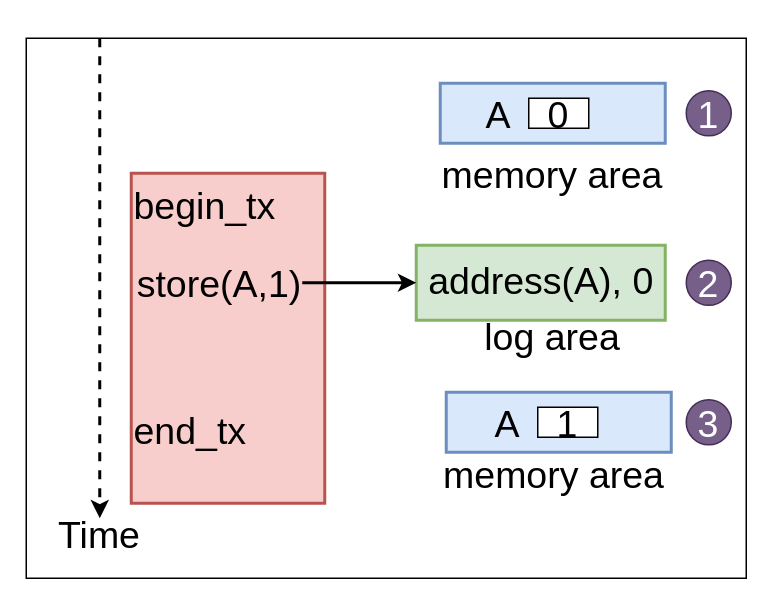
This is undo_1.drawio from arunkp1986/CAR3S, a draw.io file, before an edit. Source tidied: cells renumbered, new cells numbered last; positions are measured from the earlier drawing's top-left corner, leaving out a move shared by most shapes. Both pictures are drawn from the tidied source at 150%, with x=0, y=0 at pixel (26, 38).
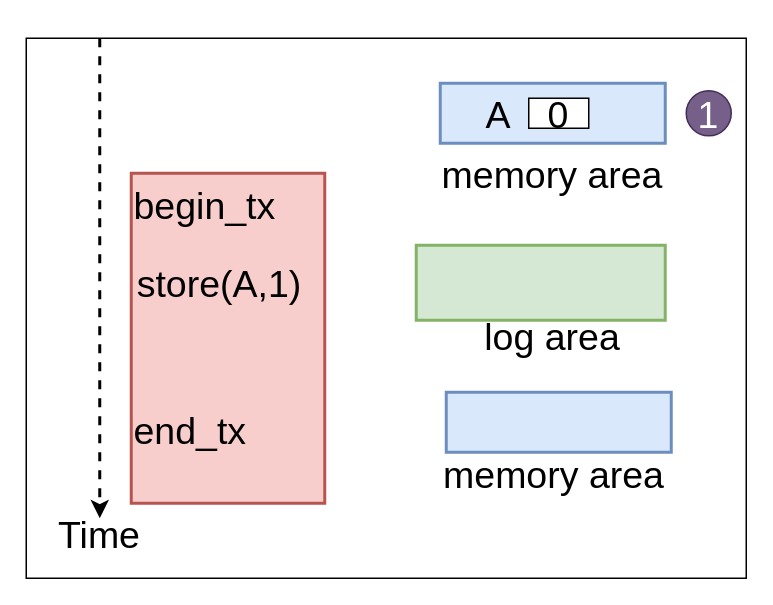
The same diagram, later.

Unchanged cells that the change refers to:
```xml
<mxCell id="3" style="rounded=0;whiteSpace=wrap;html=1;fillColor=#d5e8d4;strokeColor=#82b366;strokeWidth=2;fontStyle=0;fontSize=25;" parent="1" vertex="1">
  <mxGeometry x="260" y="138" width="166" height="50" as="geometry" />
</mxCell>
<mxCell id="12" value="store(A,1)" style="text;html=1;strokeColor=none;fillColor=none;align=center;verticalAlign=middle;whiteSpace=wrap;rounded=0;fontSize=25;fontStyle=0;" parent="1" vertex="1">
  <mxGeometry x="74" y="153" width="110" height="20" as="geometry" />
</mxCell>
```

The edit, as a diff of the source:
```diff
@@
-    <mxCell id="11" style="edgeStyle=orthogonalEdgeStyle;rounded=0;jettySize=auto;html=1;entryX=0;entryY=0.5;entryDx=0;entryDy=0;fontSize=25;fontColor=#000000;strokeWidth=2;fontStyle=0;" parent="1" edge="1" source="12" target="3">
-      <mxGeometry relative="1" as="geometry" />
-    </mxCell>
@@
-    <mxCell id="13" value="address(A), 0" style="text;html=1;strokeColor=none;fillColor=none;align=center;verticalAlign=middle;whiteSpace=wrap;rounded=0;fontSize=25;fontStyle=0;" parent="1" vertex="1">
-      <mxGeometry x="261" y="151" width="165" height="20" as="geometry" />
-    </mxCell>
@@
-    <mxCell id="16" value="3" style="ellipse;whiteSpace=wrap;html=1;fontSize=25;fontColor=#ffffff;fillColor=#76608a;align=center;fontStyle=0;strokeColor=#432D57;" parent="1" vertex="1">
-      <mxGeometry x="440" y="241" width="30" height="30" as="geometry" />
-    </mxCell>
-    <mxCell id="17" value="2" style="ellipse;whiteSpace=wrap;html=1;fontSize=25;fontColor=#ffffff;fillColor=#76608a;align=center;fontStyle=0;strokeColor=#432D57;" parent="1" vertex="1">
-      <mxGeometry x="440" y="148" width="30" height="30" as="geometry" />
-    </mxCell>
@@
-    <mxCell id="20" value="1" style="rounded=0;whiteSpace=wrap;html=1;fontSize=25;fontColor=#000000;fillColor=#FFFFFF;align=center;fontStyle=0;" parent="1" vertex="1">
-      <mxGeometry x="341" y="246" width="40" height="20" as="geometry" />
-    </mxCell>
-    <mxCell id="21" value="A" style="text;html=1;strokeColor=none;fillColor=none;align=center;verticalAlign=middle;whiteSpace=wrap;rounded=0;fontSize=25;fontColor=#000000;fontStyle=0;" parent="1" vertex="1">
-      <mxGeometry x="301" y="246" width="40" height="20" as="geometry" />
-    </mxCell>
```
